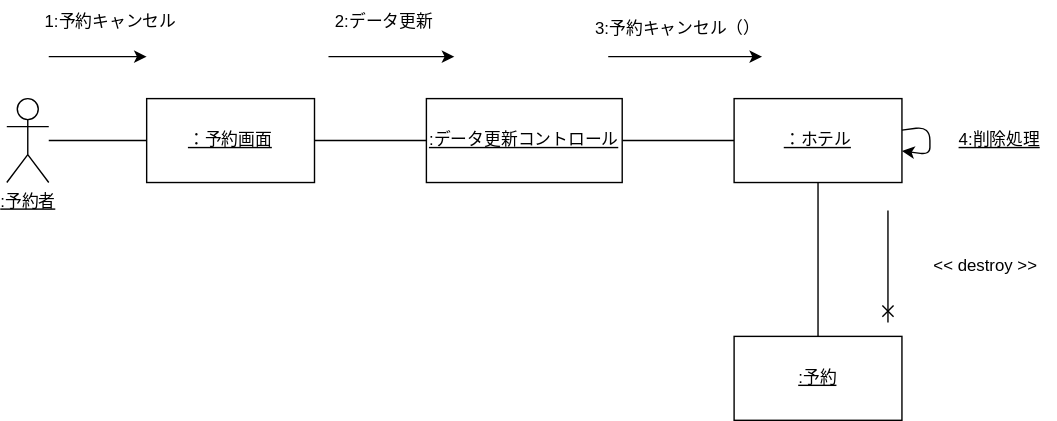
Above: 演習５-2_CD_予約登録削除.drawio.svg in allface017/uml-introduction (draw.io), before the change. Source tidied: cells renumbered, new cells last; positions are measured from the earlier drawing's top-left corner, leaving out a move shared by most shapes.
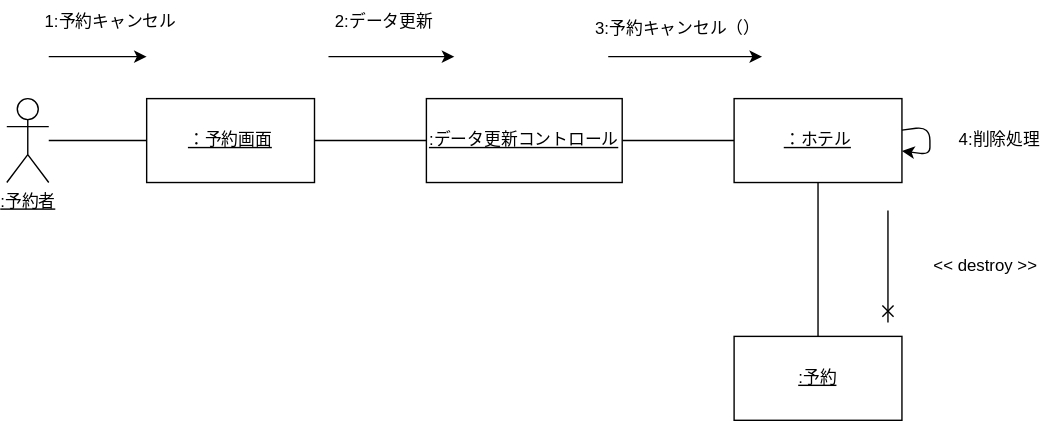
Later version of the same file.

What changed in the source:
```diff
@@ -67,7 +67,7 @@
     <mxCell id="19" style="edgeStyle=none;html=1;startArrow=none;startFill=0;endArrow=classic;endFill=1;" parent="1" edge="1" source="10" target="10">
       <mxGeometry relative="1" as="geometry" />
     </mxCell>
-    <mxCell id="20" value="&lt;u&gt;4:削除処理&lt;/u&gt;" style="text;html=1;strokeColor=none;fillColor=none;align=center;verticalAlign=middle;whiteSpace=wrap;rounded=0;" parent="1" vertex="1">
+    <mxCell id="20" value="4:削除処理" style="text;html=1;strokeColor=none;fillColor=none;align=center;verticalAlign=middle;whiteSpace=wrap;rounded=0;" parent="1" vertex="1">
       <mxGeometry x="680" y="85" width="60" height="30" as="geometry" />
     </mxCell>
   </root>
```
